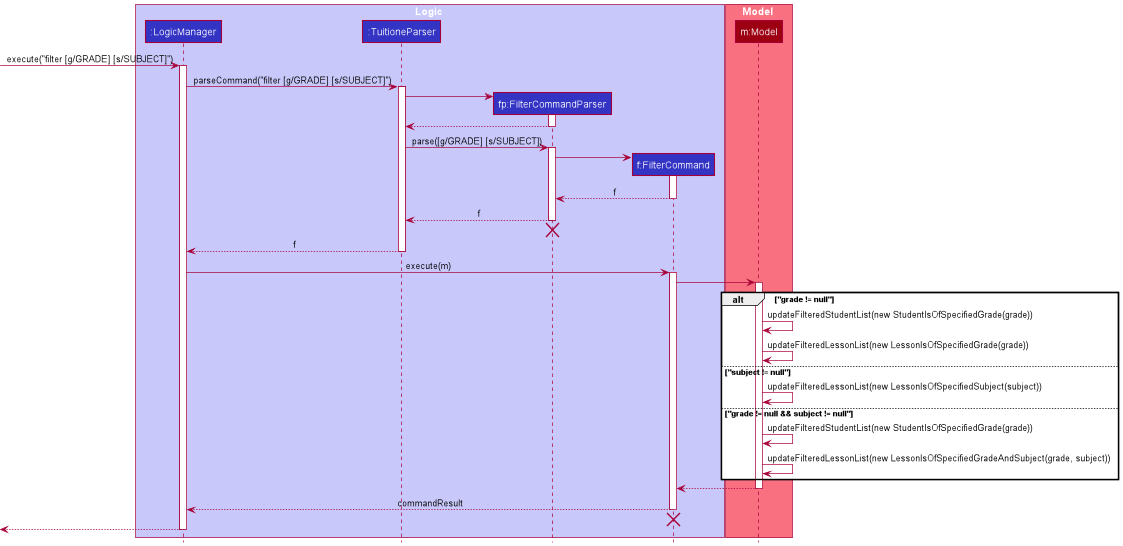
This is docs/images/FilterSequenceDiagram.png from nus-cs2103-AY2122S1/tp, a PlantUML export, as it was before one commit.
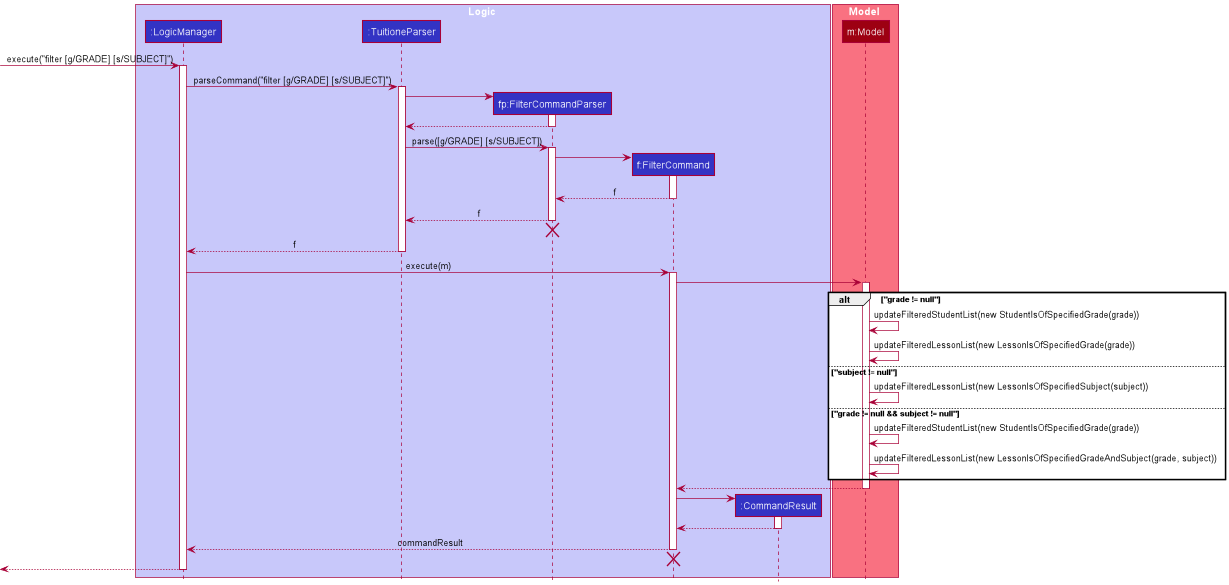
Later version of the same file.

Commit message:
Draw filter activity diagram

The edit, as a diff of the source:
```diff
@@ -6,6 +6,7 @@
 participant ":TuitioneParser" as TuitioneParser LOGIC_COLOR
 participant "fp:FilterCommandParser" as FilterCommandParser LOGIC_COLOR
 participant "f:FilterCommand" as FilterCommand LOGIC_COLOR
+participant ":CommandResult" as CommandResult LOGIC_COLOR
 end box
 
 box Model MODEL_COLOR_T1
@@ -65,6 +66,13 @@
 Model --> FilterCommand
 deactivate Model
 
+create CommandResult
+FilterCommand -> CommandResult
+activate CommandResult
+
+CommandResult --> FilterCommand
+deactivate CommandResult
+
 FilterCommand --> LogicManager : commandResult
 deactivate FilterCommand
 FilterCommand -[hidden]-> LogicManager
```
